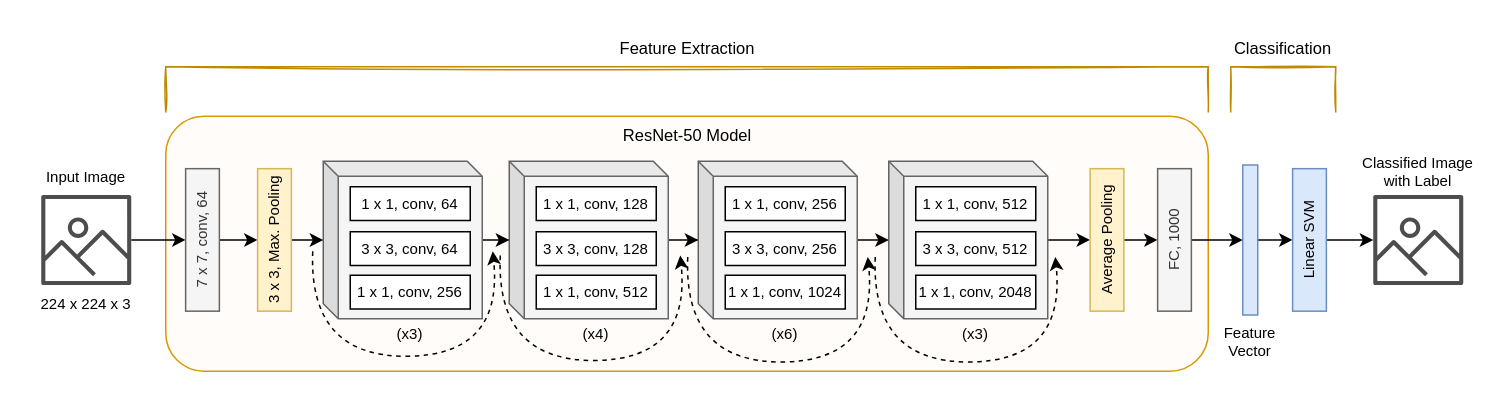
caprivm/thesis_msc keeps this draw.io diagram as page "CNN-Architecture" (2 of 3) of IDS_Neural_Network.drawio. Above is the earlier version. Source tidied: cells renumbered, new cells numbered last; positions are measured from the earlier drawing's top-left corner, leaving out a move shared by most shapes. Both pictures are drawn from the tidied source at 150%, with x=0, y=0 at pixel (26, 26).
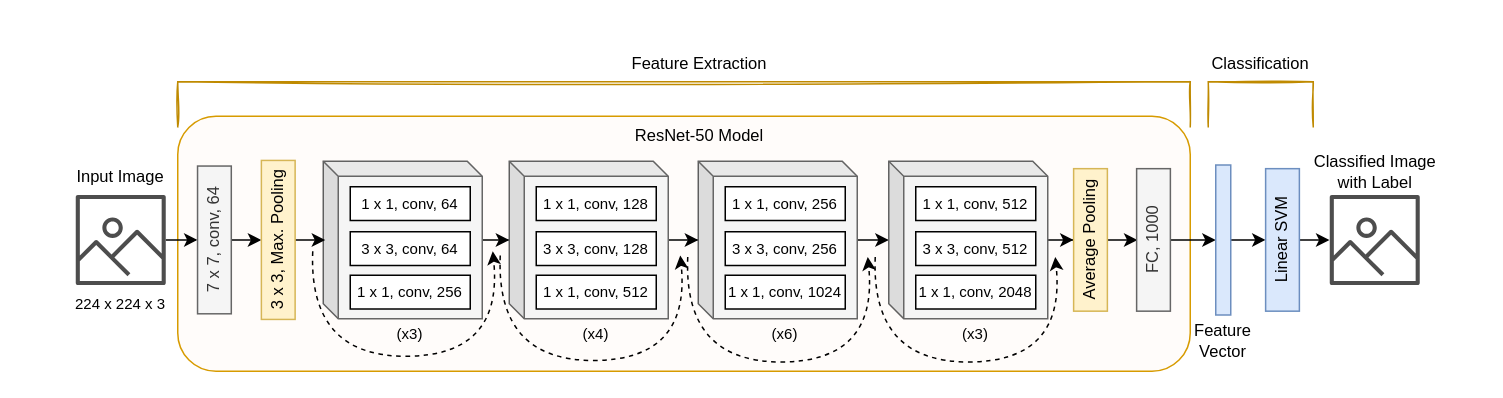
After the change.

Unchanged cells that the change refers to:
```xml
<mxCell id="4" style="shape=cube;whiteSpace=wrap;html=1;boundedLbl=1;backgroundOutline=1;darkOpacity=0.05;darkOpacity2=0.1;shadow=0;glass=0;sketch=0;fontFamily=Helvetica;fontSize=13;fontColor=#333333;strokeColor=#666666;fillColor=#f5f5f5;size=10;labelBackgroundColor=default;" parent="1" vertex="1">
  <mxGeometry x="198" y="90" width="106" height="105" as="geometry" />
</mxCell>
```

Diff of the diagram source:
```diff
@@
     <mxCell id="2" style="rounded=1;whiteSpace=wrap;html=1;shadow=0;glass=0;labelBackgroundColor=none;sketch=0;fontFamily=Helvetica;fontSize=10;strokeColor=#d79b00;fillColor=#FFFCFA;gradientDirection=north;fontColor=default;" parent="1" vertex="1">
-      <mxGeometry x="93" y="60" width="695" height="170" as="geometry" />
+      <mxGeometry x="101" y="60" width="675" height="170" as="geometry" />
     </mxCell>
@@
     <mxCell id="6" style="sketch=0;outlineConnect=0;fontColor=default;gradientColor=none;fillColor=#4D4D4D;strokeColor=default;dashed=0;verticalLabelPosition=bottom;verticalAlign=top;align=center;html=1;fontSize=12;fontStyle=0;shape=mxgraph.aws4.container_registry_image;shadow=0;glass=0;fontFamily=Helvetica;labelBackgroundColor=default;" parent="1" vertex="1">
-      <mxGeometry x="10" y="112.5" width="60" height="60" as="geometry" />
+      <mxGeometry x="33" y="112.5" width="60" height="60" as="geometry" />
     </mxCell>
@@
-    <mxCell id="8" value="7 x 7, conv, 64" style="rounded=0;whiteSpace=wrap;html=1;shadow=0;glass=0;labelBackgroundColor=none;sketch=0;fontFamily=Helvetica;fontSize=10;rotation=-90;fillColor=#f5f5f5;strokeColor=#666666;fontColor=#333333;" parent="1" vertex="1">
-      <mxGeometry x="70" y="131.2" width="95" height="22.5" as="geometry" />
+    <mxCell id="8" value="7 x 7, conv, 64" style="rounded=0;whiteSpace=wrap;html=1;shadow=0;glass=0;labelBackgroundColor=none;sketch=0;fontFamily=Helvetica;fontSize=11;rotation=-90;fillColor=#f5f5f5;strokeColor=#666666;fontColor=#333333;" parent="1" vertex="1">
+      <mxGeometry x="76.2" y="131.2" width="98.5" height="22.5" as="geometry" />
     </mxCell>
@@
-    <mxCell id="10" style="edgeStyle=orthogonalEdgeStyle;rounded=0;jettySize=auto;html=1;entryX=0;entryY=0.5;entryDx=0;entryDy=0;entryPerimeter=0;labelBackgroundColor=default;fontFamily=Helvetica;fontSize=10;fontColor=default;strokeColor=default;" parent="1" edge="1" source="11" target="4">
+    <mxCell id="10" style="edgeStyle=orthogonalEdgeStyle;rounded=0;jettySize=auto;html=1;entryX=0.009;entryY=0.499;entryDx=0;entryDy=0;entryPerimeter=0;labelBackgroundColor=default;fontFamily=Helvetica;fontSize=10;fontColor=default;strokeColor=default;" parent="1" edge="1" source="11" target="4">
       <mxGeometry relative="1" as="geometry" />
     </mxCell>
-    <mxCell id="11" value="3 x 3, Max. Pooling" style="rounded=0;whiteSpace=wrap;html=1;shadow=0;glass=0;labelBackgroundColor=none;sketch=0;fontFamily=Helvetica;fontSize=10;strokeColor=#d6b656;fillColor=#fff2cc;rotation=-90;fontColor=default;" parent="1" vertex="1">
-      <mxGeometry x="118" y="131.2" width="95" height="22.5" as="geometry" />
+    <mxCell id="11" value="3 x 3, Max. Pooling" style="rounded=0;whiteSpace=wrap;html=1;shadow=0;glass=0;labelBackgroundColor=none;sketch=0;fontFamily=Helvetica;fontSize=11;strokeColor=#d6b656;fillColor=#fff2cc;rotation=-90;fontColor=default;" parent="1" vertex="1">
+      <mxGeometry x="115" y="131.2" width="106" height="22.5" as="geometry" />
     </mxCell>
@@
-    <mxCell id="30" value="Average Pooling" style="rounded=0;whiteSpace=wrap;html=1;shadow=0;glass=0;labelBackgroundColor=none;sketch=0;fontFamily=Helvetica;fontSize=10;strokeColor=#d6b656;fillColor=#fff2cc;rotation=-90;fontColor=default;" parent="1" vertex="1">
-      <mxGeometry x="673" y="131.2" width="95" height="22.5" as="geometry" />
+    <mxCell id="30" value="Average Pooling" style="rounded=0;whiteSpace=wrap;html=1;shadow=0;glass=0;labelBackgroundColor=none;sketch=0;fontFamily=Helvetica;fontSize=11;strokeColor=#d6b656;fillColor=#fff2cc;rotation=-90;fontColor=default;" parent="1" vertex="1">
+      <mxGeometry x="662" y="131.2" width="95" height="22.5" as="geometry" />
     </mxCell>
@@
-    <mxCell id="32" value="FC, 1000" style="rounded=0;whiteSpace=wrap;html=1;shadow=0;glass=0;labelBackgroundColor=none;sketch=0;fontFamily=Helvetica;fontSize=10;fontColor=#333333;strokeColor=#666666;fillColor=#f5f5f5;rotation=-90;" parent="1" vertex="1">
-      <mxGeometry x="718" y="131.2" width="95" height="22.5" as="geometry" />
+    <mxCell id="32" value="FC, 1000" style="rounded=0;whiteSpace=wrap;html=1;shadow=0;glass=0;labelBackgroundColor=none;sketch=0;fontFamily=Helvetica;fontSize=11;fontColor=#333333;strokeColor=#666666;fillColor=#f5f5f5;rotation=-90;" parent="1" vertex="1">
+      <mxGeometry x="704" y="131.2" width="95" height="22.5" as="geometry" />
     </mxCell>
@@
     <mxCell id="37" value="224 x 224 x 3" style="text;html=1;strokeColor=none;fillColor=none;align=center;verticalAlign=middle;whiteSpace=wrap;rounded=0;shadow=0;glass=0;labelBackgroundColor=none;sketch=0;fontFamily=Helvetica;fontSize=10;fontColor=default;" parent="1" vertex="1">
-      <mxGeometry y="175" width="80" height="20" as="geometry" />
+      <mxGeometry x="23" y="175" width="80" height="20" as="geometry" />
     </mxCell>
@@
     <mxCell id="43" style="rounded=0;whiteSpace=wrap;html=1;shadow=0;glass=0;labelBackgroundColor=default;sketch=0;fontFamily=Helvetica;fontSize=10;strokeColor=#6c8ebf;fillColor=#dae8fc;gradientDirection=north;fontColor=default;" parent="1" vertex="1">
-      <mxGeometry x="811" y="92.5" width="10" height="100" as="geometry" />
+      <mxGeometry x="793" y="92.5" width="10" height="100" as="geometry" />
     </mxCell>
-    <mxCell id="44" value="Feature Vector" style="text;html=1;strokeColor=none;fillColor=none;align=center;verticalAlign=middle;whiteSpace=wrap;rounded=0;shadow=0;glass=0;labelBackgroundColor=default;sketch=0;fontFamily=Helvetica;fontSize=10;fontColor=default;" parent="1" vertex="1">
-      <mxGeometry x="795" y="200" width="42" height="20" as="geometry" />
+    <mxCell id="44" value="Feature Vector" style="text;html=1;strokeColor=none;fillColor=none;align=center;verticalAlign=middle;whiteSpace=wrap;rounded=0;shadow=0;glass=0;labelBackgroundColor=default;sketch=0;fontFamily=Helvetica;fontSize=11;fontColor=default;" parent="1" vertex="1">
+      <mxGeometry x="777" y="200" width="42" height="20" as="geometry" />
     </mxCell>
@@
-    <mxCell id="46" value="Linear SVM" style="rounded=0;whiteSpace=wrap;html=1;shadow=0;glass=0;labelBackgroundColor=none;sketch=0;fontFamily=Helvetica;fontSize=10;strokeColor=#6c8ebf;fillColor=#dae8fc;rotation=-90;fontColor=default;" parent="1" vertex="1">
-      <mxGeometry x="808" y="131.2" width="95" height="22.5" as="geometry" />
+    <mxCell id="46" value="Linear SVM" style="rounded=0;whiteSpace=wrap;html=1;shadow=0;glass=0;labelBackgroundColor=none;sketch=0;fontFamily=Helvetica;fontSize=11;strokeColor=#6c8ebf;fillColor=#dae8fc;rotation=-90;fontColor=default;" parent="1" vertex="1">
+      <mxGeometry x="790" y="131.2" width="95" height="22.5" as="geometry" />
     </mxCell>
     <mxCell id="47" style="sketch=0;outlineConnect=0;fontColor=default;gradientColor=none;fillColor=#4D4D4D;strokeColor=default;dashed=0;verticalLabelPosition=bottom;verticalAlign=top;align=center;html=1;fontSize=12;fontStyle=0;shape=mxgraph.aws4.container_registry_image;shadow=0;glass=0;fontFamily=Helvetica;labelBackgroundColor=default;" parent="1" vertex="1">
-      <mxGeometry x="898" y="112.5" width="60" height="60" as="geometry" />
+      <mxGeometry x="869" y="112.5" width="60" height="60" as="geometry" />
     </mxCell>
-    <mxCell id="48" value="Classified Image with Label" style="text;html=1;strokeColor=none;fillColor=none;align=center;verticalAlign=middle;whiteSpace=wrap;rounded=0;shadow=0;glass=0;labelBackgroundColor=none;sketch=0;fontFamily=Helvetica;fontSize=10;fontColor=default;" parent="1" vertex="1">
-      <mxGeometry x="888" y="87" width="80" height="20" as="geometry" />
+    <mxCell id="48" value="Classified Image with Label" style="text;html=1;strokeColor=none;fillColor=none;align=center;verticalAlign=middle;whiteSpace=wrap;rounded=0;shadow=0;glass=0;labelBackgroundColor=none;sketch=0;fontFamily=Helvetica;fontSize=11;fontColor=default;" parent="1" vertex="1">
+      <mxGeometry x="855.5" y="87" width="87" height="20" as="geometry" />
     </mxCell>
-    <mxCell id="49" value="Input Image" style="text;html=1;strokeColor=none;fillColor=none;align=center;verticalAlign=middle;whiteSpace=wrap;rounded=0;shadow=0;glass=0;labelBackgroundColor=none;sketch=0;fontFamily=Helvetica;fontSize=10;fontColor=default;" parent="1" vertex="1">
-      <mxGeometry y="90" width="80" height="20" as="geometry" />
+    <mxCell id="49" value="Input Image" style="text;html=1;strokeColor=none;fillColor=none;align=center;verticalAlign=middle;whiteSpace=wrap;rounded=0;shadow=0;glass=0;labelBackgroundColor=none;sketch=0;fontFamily=Helvetica;fontSize=11;fontColor=default;" parent="1" vertex="1">
+      <mxGeometry x="23" y="90" width="80" height="20" as="geometry" />
     </mxCell>
     <mxCell id="50" value="ResNet-50 Model" style="text;html=1;strokeColor=none;fillColor=none;align=center;verticalAlign=middle;whiteSpace=wrap;rounded=0;shadow=0;glass=0;labelBackgroundColor=none;sketch=0;fontFamily=Helvetica;fontSize=11;fontColor=default;" parent="1" vertex="1">
-      <mxGeometry x="380.5" y="58" width="120" height="30" as="geometry" />
+      <mxGeometry x="388.5" y="58" width="120" height="30" as="geometry" />
     </mxCell>
     <mxCell id="51" style="shape=partialRectangle;whiteSpace=wrap;html=1;bottom=1;right=1;left=1;top=0;fillColor=none;routingCenterX=-0.5;rounded=0;shadow=0;glass=0;labelBackgroundColor=none;sketch=1;fontFamily=Helvetica;fontSize=11;strokeColor=#BF8A00;direction=west;fontColor=default;" parent="1" vertex="1">
-      <mxGeometry x="93" y="27" width="695" height="30" as="geometry" />
+      <mxGeometry x="101" y="37" width="675" height="30" as="geometry" />
     </mxCell>
     <mxCell id="52" value="Feature Extraction" style="text;html=1;strokeColor=none;fillColor=none;align=center;verticalAlign=middle;whiteSpace=wrap;rounded=0;shadow=0;glass=0;labelBackgroundColor=none;sketch=0;fontFamily=Helvetica;fontSize=11;fontColor=default;" parent="1" vertex="1">
-      <mxGeometry x="380.5" width="120" height="30" as="geometry" />
+      <mxGeometry x="388.5" y="10" width="120" height="30" as="geometry" />
     </mxCell>
     <mxCell id="53" style="shape=partialRectangle;whiteSpace=wrap;html=1;bottom=1;right=1;left=1;top=0;fillColor=none;routingCenterX=-0.5;rounded=0;shadow=0;glass=0;labelBackgroundColor=none;sketch=1;fontFamily=Helvetica;fontSize=11;strokeColor=#BF8A00;direction=west;fontColor=default;" parent="1" vertex="1">
-      <mxGeometry x="803" y="27" width="70" height="30" as="geometry" />
+      <mxGeometry x="788" y="37" width="70" height="30" as="geometry" />
     </mxCell>
     <mxCell id="54" value="Classification" style="text;html=1;strokeColor=none;fillColor=none;align=center;verticalAlign=middle;whiteSpace=wrap;rounded=0;shadow=0;glass=0;labelBackgroundColor=none;sketch=0;fontFamily=Helvetica;fontSize=11;fontColor=default;" parent="1" vertex="1">
-      <mxGeometry x="778" width="120" height="30" as="geometry" />
+      <mxGeometry x="763" y="10" width="120" height="30" as="geometry" />
     </mxCell>
```
